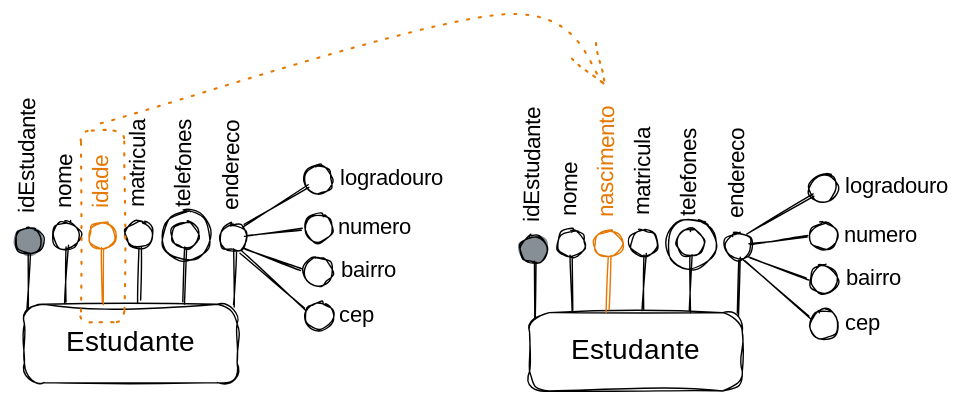
This is .gitbook/assets/file.excalidraw (23).svg from francojoao/gb-banco-de-dados, a Excalidraw export, as it was before one commit. Source tidied: one line per element, renumbered; positions are measured from the earlier drawing's top-left corner, leaving out a move shared by most shapes.
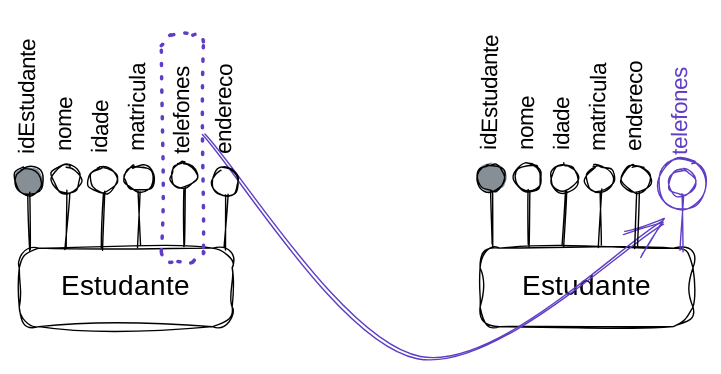
After the commit.

What changed in the source:
```diff
@@ -1,68 +1,43 @@
-{"id": 0, "type": "rectangle", "strokeColor": "#000000", "strokeWidth": 1, "roughness": 2, "round": true, "x": 45, "y": 206, "width": 152, "height": 56}
-{"id": 1, "type": "text", "text": "Estudante", "strokeColor": "#000000", "strokeWidth": 1, "roughness": 1, "fontSize": 20, "fontFamily": 1, "textAlign": "center", "verticalAlign": "middle", "inside": 0, "x": 69, "y": 222, "width": 105, "height": 25}
-{"id": 2, "type": "ellipse", "strokeColor": "#000000", "backgroundColor": "#868e96", "fillStyle": "solid", "strokeWidth": 1, "roughness": 1, "round": true, "x": 38, "y": 151, "width": 20, "height": 19}
-{"id": 3, "type": "line", "strokeColor": "#000000", "backgroundColor": "#868e96", "fillStyle": "solid", "strokeWidth": 1, "roughness": 1, "round": true, "x": 49, "y": 170, "width": 1, "height": 40, "points": [[0, 0], [-1, 40]]}
-{"id": 4, "type": "text", "text": "idEstudante", "strokeColor": "#000000", "angle": 4.73, "backgroundColor": "#868e96", "fillStyle": "solid", "strokeWidth": 1, "roughness": 1, "fontSize": 16, "fontFamily": 1, "x": 0, "y": 83, "width": 97, "height": 20}
-{"id": 5, "type": "ellipse", "strokeColor": "#000000", "strokeWidth": 1, "roughness": 1, "round": true, "x": 65, "y": 147, "width": 20, "height": 19}
-{"id": 6, "type": "line", "strokeColor": "#000000", "backgroundColor": "#868e96", "fillStyle": "solid", "strokeWidth": 1, "roughness": 1, "round": true, "x": 76, "y": 165, "width": 1, "height": 40, "points": [[0, 0], [-1, 40]]}
-{"id": 7, "type": "text", "text": "nome", "strokeColor": "#000000", "angle": 4.73, "backgroundColor": "#868e96", "fillStyle": "solid", "strokeWidth": 1, "roughness": 1, "fontSize": 16, "fontFamily": 1, "x": 56, "y": 108, "width": 37, "height": 20}
-{"id": 8, "type": "ellipse", "strokeColor": "#000000", "strokeWidth": 1, "roughness": 1, "round": true, "x": 117, "y": 147, "width": 20, "height": 19}
-{"id": 9, "type": "line", "strokeColor": "#000000", "backgroundColor": "#868e96", "fillStyle": "solid", "strokeWidth": 1, "roughness": 1, "round": true, "x": 128, "y": 165, "width": 1, "height": 40, "points": [[0, 0], [-1, 40]]}
-{"id": 10, "type": "text", "text": "matricula", "strokeColor": "#000000", "angle": 4.73, "backgroundColor": "#868e96", "fillStyle": "solid", "strokeWidth": 1, "roughness": 1, "fontSize": 16, "fontFamily": 1, "x": 90, "y": 89, "width": 74, "height": 20}
-{"id": 11, "type": "ellipse", "strokeColor": "#000000", "strokeWidth": 1, "roughness": 1, "round": true, "x": 150, "y": 147, "width": 20, "height": 19}
-{"id": 12, "type": "line", "strokeColor": "#000000", "backgroundColor": "#868e96", "fillStyle": "solid", "strokeWidth": 1, "roughness": 1, "round": true, "x": 161, "y": 165, "width": 1, "height": 40, "points": [[0, 0], [-1, 40]]}
-{"id": 13, "type": "text", "text": "telefones", "strokeColor": "#000000", "angle": 4.73, "backgroundColor": "#868e96", "fillStyle": "solid", "strokeWidth": 1, "roughness": 1, "fontSize": 16, "fontFamily": 1, "x": 123, "y": 90, "width": 74, "height": 20}
-{"id": 14, "type": "ellipse", "strokeColor": "#000000", "strokeWidth": 1, "roughness": 1, "round": true, "x": 143, "y": 139, "width": 35, "height": 36}
-{"id": 15, "type": "ellipse", "strokeColor": "#000000", "strokeWidth": 1, "roughness": 1, "round": true, "x": 184, "y": 149, "width": 20, "height": 19}
-{"id": 16, "type": "line", "strokeColor": "#000000", "backgroundColor": "#868e96", "fillStyle": "solid", "strokeWidth": 1, "roughness": 1, "round": true, "x": 195, "y": 167, "width": 1, "height": 40, "points": [[0, 0], [-1, 40]]}
-{"id": 17, "type": "text", "text": "endereco", "strokeColor": "#000000", "angle": 4.73, "backgroundColor": "#868e96", "fillStyle": "solid", "strokeWidth": 1, "roughness": 1, "fontSize": 16, "fontFamily": 1, "x": 160, "y": 94, "width": 69, "height": 20}
-{"id": 18, "type": "ellipse", "strokeColor": "#000000", "strokeWidth": 1, "roughness": 1, "round": true, "x": 245, "y": 107, "width": 20, "height": 20}
-{"id": 19, "type": "ellipse", "strokeColor": "#000000", "strokeWidth": 1, "roughness": 1, "round": true, "x": 245, "y": 142, "width": 20, "height": 20}
-{"id": 20, "type": "ellipse", "strokeColor": "#000000", "strokeWidth": 1, "roughness": 1, "round": true, "x": 245, "y": 173, "width": 20, "height": 20}
-{"id": 21, "type": "line", "strokeColor": "#000000", "strokeWidth": 1, "roughness": 1, "round": true, "x": 201, "y": 150, "width": 46, "height": 28, "points": [[0, 0], [46, -28]]}
-{"id": 22, "type": "arrow", "strokeColor": "#000000", "strokeWidth": 1, "roughness": 1, "round": true, "to": 19, "x": 204, "y": 157, "width": 40, "height": 5, "points": [[0, 0], [40, -5]]}
-{"id": 23, "type": "arrow", "strokeColor": "#000000", "strokeWidth": 1, "roughness": 1, "round": true, "from": 15, "to": 20, "x": 202, "y": 166, "width": 42, "height": 15, "points": [[0, 0], [42, 15]]}
-{"id": 24, "type": "text", "text": "logradouro", "strokeColor": "#000000", "strokeWidth": 1, "roughness": 1, "fontSize": 16, "fontFamily": 1, "x": 271, "y": 107, "width": 83, "height": 20}
-{"id": 25, "type": "text", "text": "numero", "strokeColor": "#000000", "strokeWidth": 1, "roughness": 1, "fontSize": 16, "fontFamily": 1, "x": 270, "y": 142, "width": 53, "height": 20}
-{"id": 26, "type": "text", "text": "bairro", "strokeColor": "#000000", "strokeWidth": 1, "roughness": 1, "fontSize": 16, "fontFamily": 1, "x": 271, "y": 173, "width": 47, "height": 20}
-{"id": 27, "type": "ellipse", "strokeColor": "#000000", "strokeWidth": 1, "roughness": 1, "round": true, "x": 246, "y": 204, "width": 20, "height": 20}
-{"id": 28, "type": "text", "text": "cep", "strokeColor": "#000000", "strokeWidth": 1, "roughness": 1, "fontSize": 16, "fontFamily": 1, "x": 270, "y": 204, "width": 27, "height": 20}
-{"id": 29, "type": "arrow", "strokeColor": "#000000", "strokeWidth": 1, "roughness": 1, "round": true, "from": 15, "to": 27, "x": 199, "y": 169, "width": 47, "height": 41, "points": [[0, 0], [47, 41]]}
-{"id": 30, "type": "ellipse", "strokeColor": "#e67700", "strokeWidth": 1, "roughness": 1, "round": true, "x": 91, "y": 148, "width": 20, "height": 19}
-{"id": 31, "type": "line", "strokeColor": "#e67700", "backgroundColor": "#868e96", "fillStyle": "solid", "strokeWidth": 1, "roughness": 1, "round": true, "x": 102, "y": 166, "width": 1, "height": 40, "points": [[0, 0], [-1, 40]]}
-{"id": 32, "type": "text", "text": "idade", "strokeColor": "#e67700", "angle": 4.73, "backgroundColor": "#868e96", "fillStyle": "solid", "strokeWidth": 1, "roughness": 1, "fontSize": 16, "fontFamily": 1, "x": 80, "y": 106, "width": 43, "height": 20}
-{"id": 33, "type": "rectangle", "strokeColor": "#000000", "strokeWidth": 1, "roughness": 2, "round": true, "x": 406, "y": 212, "width": 152, "height": 56}
-{"id": 34, "type": "text", "text": "Estudante", "strokeColor": "#000000", "strokeWidth": 1, "roughness": 1, "fontSize": 20, "fontFamily": 1, "textAlign": "center", "verticalAlign": "middle", "inside": 33, "x": 430, "y": 228, "width": 105, "height": 25}
-{"id": 35, "type": "ellipse", "strokeColor": "#000000", "backgroundColor": "#868e96", "fillStyle": "solid", "strokeWidth": 1, "roughness": 1, "round": true, "x": 399, "y": 157, "width": 20, "height": 19}
-{"id": 36, "type": "line", "strokeColor": "#000000", "backgroundColor": "#868e96", "fillStyle": "solid", "strokeWidth": 1, "roughness": 1, "round": true, "x": 410, "y": 176, "width": 1, "height": 40, "points": [[0, 0], [-1, 40]]}
-{"id": 37, "type": "text", "text": "idEstudante", "strokeColor": "#000000", "angle": 4.73, "backgroundColor": "#868e96", "fillStyle": "solid", "strokeWidth": 1, "roughness": 1, "fontSize": 16, "fontFamily": 1, "x": 361, "y": 89, "width": 97, "height": 20}
-{"id": 38, "type": "ellipse", "strokeColor": "#000000", "strokeWidth": 1, "roughness": 1, "round": true, "x": 426, "y": 153, "width": 20, "height": 19}
-{"id": 39, "type": "line", "strokeColor": "#000000", "backgroundColor": "#868e96", "fillStyle": "solid", "strokeWidth": 1, "roughness": 1, "round": true, "x": 437, "y": 171, "width": 1, "height": 40, "points": [[0, 0], [-1, 40]]}
-{"id": 40, "type": "text", "text": "nome", "strokeColor": "#000000", "angle": 4.73, "backgroundColor": "#868e96", "fillStyle": "solid", "strokeWidth": 1, "roughness": 1, "fontSize": 16, "fontFamily": 1, "x": 417, "y": 114, "width": 37, "height": 20}
-{"id": 41, "type": "ellipse", "strokeColor": "#000000", "strokeWidth": 1, "roughness": 1, "round": true, "x": 478, "y": 153, "width": 20, "height": 19}
-{"id": 42, "type": "line", "strokeColor": "#000000", "backgroundColor": "#868e96", "fillStyle": "solid", "strokeWidth": 1, "roughness": 1, "round": true, "x": 489, "y": 171, "width": 1, "height": 40, "points": [[0, 0], [-1, 40]]}
-{"id": 43, "type": "text", "text": "matricula", "strokeColor": "#000000", "angle": 4.73, "backgroundColor": "#868e96", "fillStyle": "solid", "strokeWidth": 1, "roughness": 1, "fontSize": 16, "fontFamily": 1, "x": 451, "y": 95, "width": 74, "height": 20}
-{"id": 44, "type": "ellipse", "strokeColor": "#000000", "strokeWidth": 1, "roughness": 1, "round": true, "x": 511, "y": 153, "width": 20, "height": 19}
-{"id": 45, "type": "line", "strokeColor": "#000000", "backgroundColor": "#868e96", "fillStyle": "solid", "strokeWidth": 1, "roughness": 1, "round": true, "x": 522, "y": 171, "width": 1, "height": 40, "points": [[0, 0], [-1, 40]]}
-{"id": 46, "type": "text", "text": "telefones", "strokeColor": "#000000", "angle": 4.73, "backgroundColor": "#868e96", "fillStyle": "solid", "strokeWidth": 1, "roughness": 1, "fontSize": 16, "fontFamily": 1, "x": 484, "y": 96, "width": 74, "height": 20}
-{"id": 47, "type": "ellipse", "strokeColor": "#000000", "strokeWidth": 1, "roughness": 1, "round": true, "x": 504, "y": 145, "width": 35, "height": 36}
-{"id": 48, "type": "ellipse", "strokeColor": "#000000", "strokeWidth": 1, "roughness": 1, "round": true, "x": 545, "y": 155, "width": 20, "height": 19}
-{"id": 49, "type": "line", "strokeColor": "#000000", "backgroundColor": "#868e96", "fillStyle": "solid", "strokeWidth": 1, "roughness": 1, "round": true, "x": 556, "y": 173, "width": 1, "height": 40, "points": [[0, 0], [-1, 40]]}
-{"id": 50, "type": "text", "text": "endereco", "strokeColor": "#000000", "angle": 4.73, "backgroundColor": "#868e96", "fillStyle": "solid", "strokeWidth": 1, "roughness": 1, "fontSize": 16, "fontFamily": 1, "x": 521, "y": 100, "width": 69, "height": 20}
-{"id": 51, "type": "ellipse", "strokeColor": "#000000", "strokeWidth": 1, "roughness": 1, "round": true, "x": 606, "y": 113, "width": 20, "height": 20}
-{"id": 52, "type": "ellipse", "strokeColor": "#000000", "strokeWidth": 1, "roughness": 1, "round": true, "x": 606, "y": 148, "width": 20, "height": 20}
-{"id": 53, "type": "ellipse", "strokeColor": "#000000", "strokeWidth": 1, "roughness": 1, "round": true, "x": 606, "y": 179, "width": 20, "height": 20}
-{"id": 54, "type": "line", "strokeColor": "#000000", "strokeWidth": 1, "roughness": 1, "round": true, "x": 562, "y": 156, "width": 46, "height": 28, "points": [[0, 0], [46, -28]]}
-{"id": 55, "type": "arrow", "strokeColor": "#000000", "strokeWidth": 1, "roughness": 1, "round": true, "to": 52, "x": 565, "y": 163, "width": 40, "height": 5, "points": [[0, 0], [40, -5]]}
-{"id": 56, "type": "arrow", "strokeColor": "#000000", "strokeWidth": 1, "roughness": 1, "round": true, "from": 48, "to": 53, "x": 563, "y": 172, "width": 42, "height": 15, "points": [[0, 0], [42, 15]]}
-{"id": 57, "type": "text", "text": "logradouro", "strokeColor": "#000000", "strokeWidth": 1, "roughness": 1, "fontSize": 16, "fontFamily": 1, "x": 632, "y": 113, "width": 83, "height": 20}
-{"id": 58, "type": "text", "text": "numero", "strokeColor": "#000000", "strokeWidth": 1, "roughness": 1, "fontSize": 16, "fontFamily": 1, "x": 631, "y": 148, "width": 53, "height": 20}
-{"id": 59, "type": "text", "text": "bairro", "strokeColor": "#000000", "strokeWidth": 1, "roughness": 1, "fontSize": 16, "fontFamily": 1, "x": 632, "y": 179, "width": 47, "height": 20}
-{"id": 60, "type": "ellipse", "strokeColor": "#000000", "strokeWidth": 1, "roughness": 1, "round": true, "x": 607, "y": 210, "width": 20, "height": 20}
-{"id": 61, "type": "text", "text": "cep", "strokeColor": "#000000", "strokeWidth": 1, "roughness": 1, "fontSize": 16, "fontFamily": 1, "x": 631, "y": 210, "width": 27, "height": 20}
-{"id": 62, "type": "arrow", "strokeColor": "#000000", "strokeWidth": 1, "roughness": 1, "round": true, "from": 48, "to": 60, "x": 560, "y": 175, "width": 47, "height": 41, "points": [[0, 0], [47, 41]]}
-{"id": 63, "type": "ellipse", "strokeColor": "#e67700", "strokeWidth": 1, "roughness": 1, "round": true, "x": 452, "y": 154, "width": 20, "height": 19}
-{"id": 64, "type": "line", "strokeColor": "#e67700", "backgroundColor": "#868e96", "fillStyle": "solid", "strokeWidth": 1, "roughness": 1, "round": true, "x": 463, "y": 172, "width": 1, "height": 40, "points": [[0, 0], [-1, 40]]}
-{"id": 65, "type": "text", "text": "nascimento", "strokeColor": "#e67700", "angle": 4.73, "backgroundColor": "#868e96", "fillStyle": "solid", "strokeWidth": 1, "roughness": 1, "fontSize": 16, "fontFamily": 1, "x": 420, "y": 91, "width": 85, "height": 20}
-{"id": 66, "type": "rectangle", "strokeColor": "#e67700", "strokeWidth": 1, "strokeStyle": "dotted", "roughness": 1, "round": true, "x": 86, "y": 82, "width": 31, "height": 137}
-{"id": 67, "type": "arrow", "strokeColor": "#e67700", "strokeWidth": 1, "strokeStyle": "dotted", "roughness": 1, "endArrowhead": "arrow", "round": true, "from": 66, "to": 65, "x": 100, "y": 77, "width": 361, "height": 77, "points": [[0, 0], [288, -77], [361, -28]]}
+{"id": 68, "type": "rectangle", "strokeColor": "#000000", "strokeWidth": 1, "roughness": 2, "round": true, "x": 356, "y": 192, "width": 152, "height": 56}
+{"id": 69, "type": "text", "text": "Estudante", "strokeColor": "#000000", "strokeWidth": 1, "roughness": 1, "fontSize": 20, "fontFamily": 1, "textAlign": "center", "verticalAlign": "middle", "inside": 68, "x": 380, "y": 207, "width": 105, "height": 25}
+{"id": 70, "type": "ellipse", "strokeColor": "#000000", "backgroundColor": "#868e96", "fillStyle": "solid", "strokeWidth": 1, "roughness": 1, "round": true, "x": 353, "y": 135, "width": 20, "height": 19}
+{"id": 71, "type": "line", "strokeColor": "#000000", "backgroundColor": "#868e96", "fillStyle": "solid", "strokeWidth": 1, "roughness": 1, "round": true, "x": 364, "y": 153, "width": 1, "height": 40, "points": [[0, 0], [-1, 40]]}
+{"id": 72, "type": "text", "text": "idEstudante", "strokeColor": "#000000", "angle": 4.73, "backgroundColor": "#868e96", "fillStyle": "solid", "strokeWidth": 1, "roughness": 1, "fontSize": 16, "fontFamily": 1, "x": 315, "y": 66, "width": 97, "height": 20}
+{"id": 73, "type": "ellipse", "strokeColor": "#000000", "strokeWidth": 1, "roughness": 1, "round": true, "x": 380, "y": 133, "width": 20, "height": 19}
+{"id": 74, "type": "line", "strokeColor": "#000000", "backgroundColor": "#868e96", "fillStyle": "solid", "strokeWidth": 1, "roughness": 1, "round": true, "x": 391, "y": 151, "width": 1, "height": 40, "points": [[0, 0], [-1, 40]]}
+{"id": 75, "type": "text", "text": "nome", "strokeColor": "#000000", "angle": 4.73, "backgroundColor": "#868e96", "fillStyle": "solid", "strokeWidth": 1, "roughness": 1, "fontSize": 16, "fontFamily": 1, "x": 371, "y": 94, "width": 37, "height": 20}
+{"id": 76, "type": "ellipse", "strokeColor": "#000000", "strokeWidth": 1, "roughness": 1, "round": true, "x": 432, "y": 132, "width": 20, "height": 19}
+{"id": 77, "type": "line", "strokeColor": "#000000", "backgroundColor": "#868e96", "fillStyle": "solid", "strokeWidth": 1, "roughness": 1, "round": true, "x": 443, "y": 151, "width": 1, "height": 40, "points": [[0, 0], [-1, 40]]}
+{"id": 78, "type": "text", "text": "matricula", "strokeColor": "#000000", "angle": 4.73, "backgroundColor": "#868e96", "fillStyle": "solid", "strokeWidth": 1, "roughness": 1, "fontSize": 16, "fontFamily": 1, "x": 405, "y": 75, "width": 74, "height": 20}
+{"id": 79, "type": "rectangle", "strokeColor": "#000000", "strokeWidth": 1, "roughness": 2, "round": true, "x": 685, "y": 192, "width": 152, "height": 56}
+{"id": 80, "type": "text", "text": "Estudante", "strokeColor": "#000000", "strokeWidth": 1, "roughness": 1, "fontSize": 20, "fontFamily": 1, "textAlign": "center", "verticalAlign": "middle", "inside": 79, "x": 709, "y": 207, "width": 105, "height": 25}
+{"id": 81, "type": "ellipse", "strokeColor": "#000000", "backgroundColor": "#868e96", "fillStyle": "solid", "strokeWidth": 1, "roughness": 1, "round": true, "x": 683, "y": 132, "width": 20, "height": 19}
+{"id": 82, "type": "line", "strokeColor": "#000000", "backgroundColor": "#868e96", "fillStyle": "solid", "strokeWidth": 1, "roughness": 1, "round": true, "x": 694, "y": 150, "width": 1, "height": 40, "points": [[0, 0], [-1, 40]]}
+{"id": 83, "type": "text", "text": "idEstudante", "strokeColor": "#000000", "angle": 4.73, "backgroundColor": "#868e96", "fillStyle": "solid", "strokeWidth": 1, "roughness": 1, "fontSize": 16, "fontFamily": 1, "x": 645, "y": 63, "width": 97, "height": 20}
+{"id": 84, "type": "ellipse", "strokeColor": "#000000", "strokeWidth": 1, "roughness": 1, "round": true, "x": 710, "y": 132, "width": 20, "height": 19}
+{"id": 85, "type": "line", "strokeColor": "#000000", "backgroundColor": "#868e96", "fillStyle": "solid", "strokeWidth": 1, "roughness": 1, "round": true, "x": 720, "y": 150, "width": 1, "height": 40, "points": [[0, 0], [-1, 40]]}
+{"id": 86, "type": "text", "text": "nome", "strokeColor": "#000000", "angle": 4.73, "backgroundColor": "#868e96", "fillStyle": "solid", "strokeWidth": 1, "roughness": 1, "fontSize": 16, "fontFamily": 1, "x": 701, "y": 93, "width": 37, "height": 20}
+{"id": 87, "type": "ellipse", "strokeColor": "#000000", "strokeWidth": 1, "roughness": 1, "round": true, "x": 761, "y": 132, "width": 20, "height": 19}
+{"id": 88, "type": "line", "strokeColor": "#000000", "backgroundColor": "#868e96", "fillStyle": "solid", "strokeWidth": 1, "roughness": 1, "round": true, "x": 772, "y": 151, "width": 1, "height": 40, "points": [[0, 0], [-1, 40]]}
+{"id": 89, "type": "text", "text": "matricula", "strokeColor": "#000000", "angle": 4.73, "backgroundColor": "#868e96", "fillStyle": "solid", "strokeWidth": 1, "roughness": 1, "fontSize": 16, "fontFamily": 1, "x": 734, "y": 75, "width": 74, "height": 20}
+{"id": 90, "type": "ellipse", "strokeColor": "#5f3dc4", "strokeWidth": 1, "roughness": 1, "round": true, "x": 819, "y": 136, "width": 20, "height": 19}
+{"id": 91, "type": "line", "strokeColor": "#5f3dc4", "backgroundColor": "#868e96", "fillStyle": "solid", "strokeWidth": 1, "roughness": 1, "round": true, "x": 830, "y": 154, "width": 1, "height": 40, "points": [[0, 0], [-1, 40]]}
+{"id": 92, "type": "text", "text": "telefones", "strokeColor": "#5f3dc4", "angle": 4.73, "backgroundColor": "#868e96", "fillStyle": "solid", "strokeWidth": 1, "roughness": 1, "fontSize": 16, "fontFamily": 1, "x": 792, "y": 79, "width": 74, "height": 20}
+{"id": 93, "type": "ellipse", "strokeColor": "#5f3dc4", "strokeWidth": 1, "roughness": 1, "round": true, "x": 812, "y": 128, "width": 35, "height": 36}
+{"id": 94, "type": "arrow", "strokeColor": "#5f3dc4", "strokeWidth": 1, "roughness": 1, "endArrowhead": "arrow", "round": true, "from": 100, "to": 93, "x": 488, "y": 110, "width": 329, "height": 160, "points": [[0, 0], [154, 160], [329, 65]]}
+{"id": 95, "type": "ellipse", "strokeColor": "#000000", "strokeWidth": 1, "roughness": 1, "round": true, "x": 494, "y": 135, "width": 20, "height": 19}
+{"id": 96, "type": "line", "strokeColor": "#000000", "backgroundColor": "#868e96", "fillStyle": "solid", "strokeWidth": 1, "roughness": 1, "round": true, "x": 505, "y": 153, "width": 1, "height": 40, "points": [[0, 0], [-1, 40]]}
+{"id": 97, "type": "text", "text": "endereco", "strokeColor": "#000000", "angle": 4.73, "backgroundColor": "#868e96", "fillStyle": "solid", "strokeWidth": 1, "roughness": 1, "fontSize": 16, "fontFamily": 1, "x": 469, "y": 80, "width": 69, "height": 20}
+{"id": 98, "type": "ellipse", "strokeColor": "#000000", "strokeWidth": 1, "roughness": 1, "round": true, "x": 464, "y": 131, "width": 19, "height": 19}
+{"id": 99, "type": "line", "strokeColor": "#000000", "backgroundColor": "#868e96", "fillStyle": "solid", "strokeWidth": 1, "roughness": 1, "round": true, "x": 474, "y": 149, "width": 1, "height": 40, "points": [[0, 0], [-1, 40]]}
+{"id": 100, "type": "text", "text": "telefones", "strokeColor": "#000000", "angle": 4.73, "backgroundColor": "#868e96", "fillStyle": "solid", "strokeWidth": 1, "roughness": 1, "fontSize": 16, "fontFamily": 1, "x": 437, "y": 77, "width": 74, "height": 20}
+{"id": 101, "type": "rectangle", "strokeColor": "#5f3dc4", "strokeWidth": 2, "strokeStyle": "dotted", "roughness": 2, "round": true, "x": 458, "y": 40, "width": 30, "height": 162}
+{"id": 102, "type": "ellipse", "strokeColor": "#000000", "strokeWidth": 1, "roughness": 1, "round": true, "x": 787, "y": 133, "width": 20, "height": 19}
+{"id": 103, "type": "line", "strokeColor": "#000000", "backgroundColor": "#868e96", "fillStyle": "solid", "strokeWidth": 1, "roughness": 1, "round": true, "x": 798, "y": 151, "width": 1, "height": 40, "points": [[0, 0], [-1, 40]]}
+{"id": 104, "type": "text", "text": "endereco", "strokeColor": "#000000", "angle": 4.73, "backgroundColor": "#868e96", "fillStyle": "solid", "strokeWidth": 1, "roughness": 1, "fontSize": 16, "fontFamily": 1, "x": 762, "y": 78, "width": 69, "height": 20}
+{"id": 105, "type": "ellipse", "strokeColor": "#000000", "strokeWidth": 1, "roughness": 1, "round": true, "x": 406, "y": 134, "width": 20, "height": 19}
+{"id": 106, "type": "line", "strokeColor": "#000000", "backgroundColor": "#868e96", "fillStyle": "solid", "strokeWidth": 1, "roughness": 1, "round": true, "x": 416, "y": 152, "width": 1, "height": 40, "points": [[0, 0], [-1, 40]]}
+{"id": 107, "type": "text", "text": "idade", "strokeColor": "#000000", "angle": 4.73, "backgroundColor": "#868e96", "fillStyle": "solid", "strokeWidth": 1, "roughness": 1, "fontSize": 16, "fontFamily": 1, "x": 394, "y": 92, "width": 43, "height": 20}
+{"id": 108, "type": "ellipse", "strokeColor": "#000000", "strokeWidth": 1, "roughness": 1, "round": true, "x": 735, "y": 132, "width": 20, "height": 19}
+{"id": 109, "type": "line", "strokeColor": "#000000", "backgroundColor": "#868e96", "fillStyle": "solid", "strokeWidth": 1, "roughness": 1, "round": true, "x": 746, "y": 150, "width": 1, "height": 40, "points": [[0, 0], [-1, 40]]}
+{"id": 110, "type": "text", "text": "idade", "strokeColor": "#000000", "angle": 4.73, "backgroundColor": "#868e96", "fillStyle": "solid", "strokeWidth": 1, "roughness": 1, "fontSize": 16, "fontFamily": 1, "x": 723, "y": 90, "width": 43, "height": 20}
```
